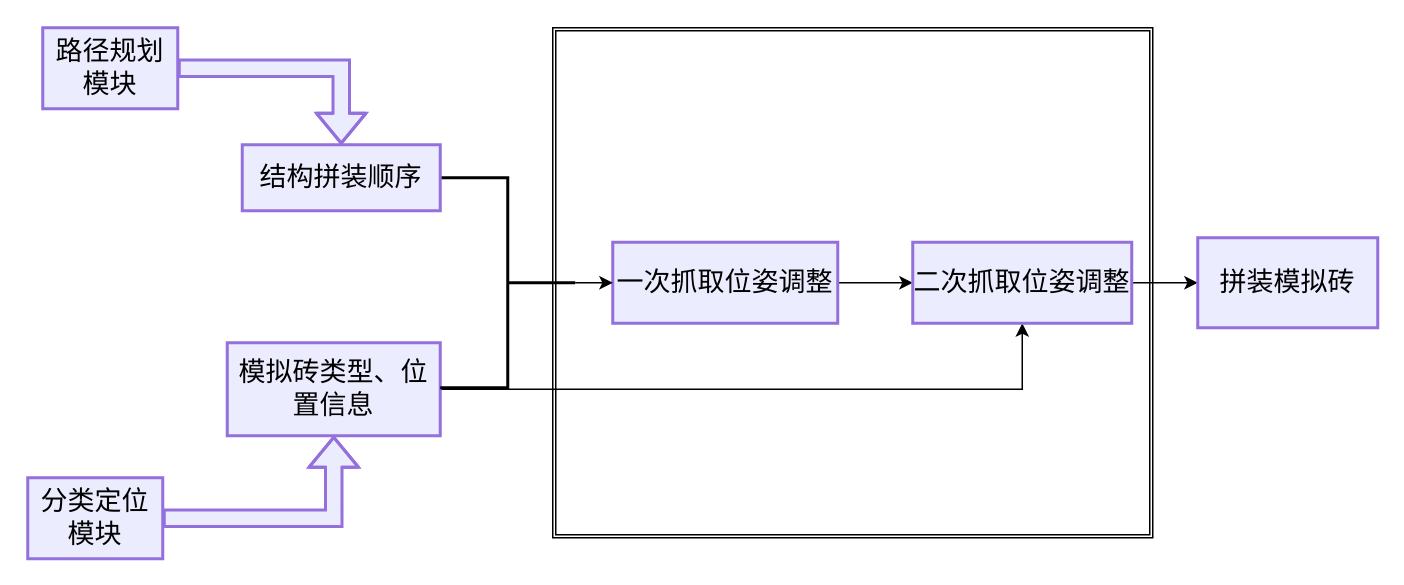
Earlier version of the draw.io diagram 525.drawio (tanyunhao/test). Source tidied: cells renumbered, new cells numbered last; positions are measured from the earlier drawing's top-left corner, leaving out a move shared by most shapes. Both pictures are drawn from the tidied source at 150%, with x=0, y=0 at pixel (27, 27).
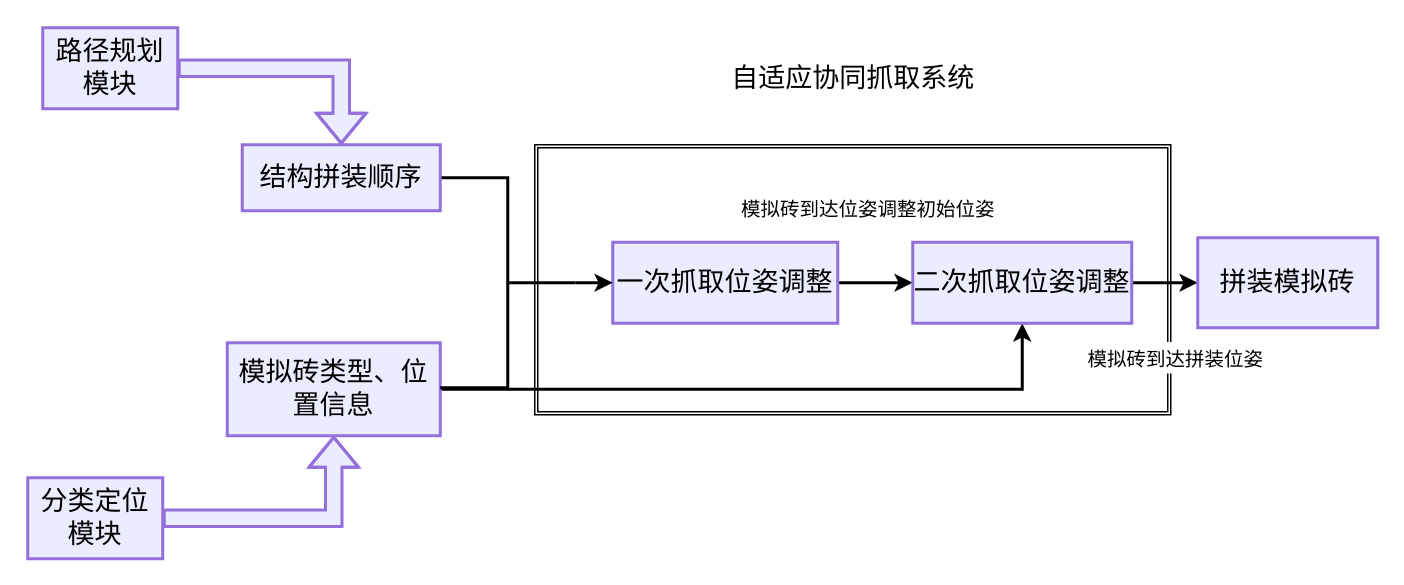
The same page after the edit.

Diff of the diagram source:
```diff
@@
 <mxGraphModel>
   <root>
     <mxCell id="0" />
     <mxCell id="1" parent="0" />
-    <mxCell id="2" style="shape=ext;double=1;rounded=0;whiteSpace=wrap;html=1;fontFamily=Helvetica;fontSize=18;fontColor=default;labelBackgroundColor=default;" parent="1" vertex="1">
-      <mxGeometry x="350" width="400" height="340" as="geometry" />
+    <mxCell id="2" style="shape=ext;double=1;rounded=0;whiteSpace=wrap;html=1;fontFamily=Helvetica;fontSize=18;fontColor=default;labelBackgroundColor=default;strokeWidth=1;" parent="1" vertex="1">
+      <mxGeometry x="338" y="78" width="424" height="180" as="geometry" />
     </mxCell>
     <mxCell id="3" value="路径规划模块" style="whiteSpace=wrap;strokeWidth=2;strokeColor=light-dark(#9370db, #ededed);align=center;verticalAlign=middle;fontFamily=Helvetica;fontSize=18;fontColor=default;fillColor=light-dark(#ececff, #392f3f);" parent="1" vertex="1">
       <mxGeometry x="10" width="90" height="54" as="geometry" />
     </mxCell>
-    <mxCell id="4" style="edgeStyle=orthogonalEdgeStyle;rounded=0;jettySize=auto;html=1;entryX=0.5;entryY=1;entryDx=0;entryDy=0;" parent="1" edge="1" source="5" target="9">
+    <mxCell id="4" style="edgeStyle=orthogonalEdgeStyle;rounded=0;jettySize=auto;html=1;entryX=0.5;entryY=1;entryDx=0;entryDy=0;strokeWidth=2;" parent="1" edge="1" source="5" target="9">
       <mxGeometry relative="1" as="geometry" />
     </mxCell>
     <mxCell id="5" value="模拟砖类型、位置信息" style="whiteSpace=wrap;strokeWidth=2;strokeColor=light-dark(#9370db, #ededed);align=center;verticalAlign=middle;fontFamily=Helvetica;fontSize=18;fontColor=default;fillColor=light-dark(#ececff, #392f3f);" parent="1" vertex="1">
       <mxGeometry x="133" y="210" width="142" height="62" as="geometry" />
     </mxCell>
-    <mxCell id="6" style="edgeStyle=orthogonalEdgeStyle;rounded=0;jettySize=auto;html=1;" parent="1" edge="1" source="7" target="9">
+    <mxCell id="6" style="edgeStyle=orthogonalEdgeStyle;rounded=0;jettySize=auto;html=1;strokeWidth=2;" parent="1" edge="1" source="7" target="9">
       <mxGeometry relative="1" as="geometry" />
     </mxCell>
     <mxCell id="7" value="一次抓取位姿调整" style="whiteSpace=wrap;strokeWidth=2;strokeColor=light-dark(#9370db, #ededed);align=center;verticalAlign=middle;fontFamily=Helvetica;fontSize=18;fontColor=default;fillColor=light-dark(#ececff, #392f3f);" parent="1" vertex="1">
       <mxGeometry x="390" y="143" width="150" height="54" as="geometry" />
     </mxCell>
-    <mxCell id="8" style="edgeStyle=orthogonalEdgeStyle;rounded=0;jettySize=auto;html=1;" parent="1" edge="1" source="9" target="15">
+    <mxCell id="8" style="edgeStyle=orthogonalEdgeStyle;rounded=0;jettySize=auto;html=1;strokeWidth=2;" parent="1" edge="1" source="9" target="15">
       <mxGeometry relative="1" as="geometry" />
     </mxCell>
     <mxCell id="9" value="二次抓取位姿调整" style="whiteSpace=wrap;strokeWidth=2;strokeColor=light-dark(#9370db, #ededed);align=center;verticalAlign=middle;fontFamily=Helvetica;fontSize=18;fontColor=default;fillColor=light-dark(#ececff, #392f3f);" parent="1" vertex="1">
       <mxGeometry x="590" y="143" width="146" height="54" as="geometry" />
     </mxCell>
     <mxCell id="10" style="shape=flexArrow;endArrow=classic;html=1;rounded=0;strokeColor=light-dark(#9370db, #ededed);strokeWidth=2;align=center;verticalAlign=middle;fontFamily=Helvetica;fontSize=18;fontColor=default;fillColor=light-dark(#ececff, #392f3f);edgeStyle=orthogonalEdgeStyle;" parent="1" edge="1" source="3" target="14">
       <mxGeometry relative="1" as="geometry" />
     </mxCell>
     <mxCell id="11" value="分类定位模块" style="whiteSpace=wrap;strokeWidth=2;strokeColor=light-dark(#9370db, #ededed);align=center;verticalAlign=middle;fontFamily=Helvetica;fontSize=18;fontColor=default;fillColor=light-dark(#ececff, #392f3f);" parent="1" vertex="1">
       <mxGeometry y="300" width="90" height="54" as="geometry" />
     </mxCell>
-    <mxCell id="12" style="edgeStyle=orthogonalEdgeStyle;rounded=0;jettySize=auto;html=1;" parent="1" edge="1" source="13" target="7">
+    <mxCell id="12" style="edgeStyle=orthogonalEdgeStyle;rounded=0;jettySize=auto;html=1;strokeWidth=2;" parent="1" edge="1" source="13" target="7">
       <mxGeometry relative="1" as="geometry" />
     </mxCell>
     <mxCell id="13" style="strokeWidth=2;html=1;shape=mxgraph.flowchart.annotation_2;align=left;labelPosition=right;rotation=-180;" parent="1" vertex="1">
       <mxGeometry x="275" y="100" width="90" height="140" as="geometry" />
     </mxCell>
     <mxCell id="14" value="结构拼装顺序" style="whiteSpace=wrap;strokeWidth=2;strokeColor=light-dark(#9370db, #ededed);align=center;verticalAlign=middle;fontFamily=Helvetica;fontSize=18;fontColor=default;fillColor=light-dark(#ececff, #392f3f);" parent="1" vertex="1">
       <mxGeometry x="143" y="78" width="132" height="44" as="geometry" />
     </mxCell>
     <mxCell id="15" value="拼装模拟砖" style="whiteSpace=wrap;html=1;fontSize=18;fillColor=light-dark(#ececff, #392f3f);strokeColor=light-dark(#9370db, #ededed);strokeWidth=2;" parent="1" vertex="1">
       <mxGeometry x="780" y="140" width="120" height="60" as="geometry" />
     </mxCell>
     <mxCell id="16" style="shape=flexArrow;endArrow=classic;html=1;rounded=0;strokeColor=light-dark(#9370db, #ededed);strokeWidth=2;align=center;verticalAlign=middle;fontFamily=Helvetica;fontSize=18;fontColor=default;fillColor=light-dark(#ececff, #392f3f);edgeStyle=orthogonalEdgeStyle;entryX=0.5;entryY=1;entryDx=0;entryDy=0;" parent="1" edge="1" source="11" target="5">
       <mxGeometry relative="1" as="geometry" />
     </mxCell>
+    <mxCell id="17" value="自适应协同抓取系统" style="text;html=1;align=center;verticalAlign=middle;strokeColor=none;fillColor=none;fontFamily=Helvetica;fontSize=18;fontColor=default;labelBackgroundColor=default;" parent="1" vertex="1">
+      <mxGeometry x="455" y="14" width="190" height="40" as="geometry" />
+    </mxCell>
+    <mxCell id="18" value="&lt;font style=&quot;font-size: 13px;&quot;&gt;模拟砖到达位姿调整初始位姿&lt;/font&gt;" style="text;html=1;align=center;verticalAlign=middle;strokeColor=none;fillColor=none;fontFamily=Helvetica;fontSize=18;fontColor=default;labelBackgroundColor=default;" parent="1" vertex="1">
+      <mxGeometry x="465" y="100" width="190" height="40" as="geometry" />
+    </mxCell>
+    <mxCell id="19" value="&lt;font style=&quot;font-size: 13px;&quot;&gt;模拟砖到达拼装位姿&lt;/font&gt;" style="text;html=1;align=center;verticalAlign=middle;strokeColor=none;fillColor=none;fontFamily=Helvetica;fontSize=18;fontColor=default;labelBackgroundColor=default;" parent="1" vertex="1">
+      <mxGeometry x="695" y="200" width="140" height="40" as="geometry" />
+    </mxCell>
   </root>
 </mxGraphModel>
```
